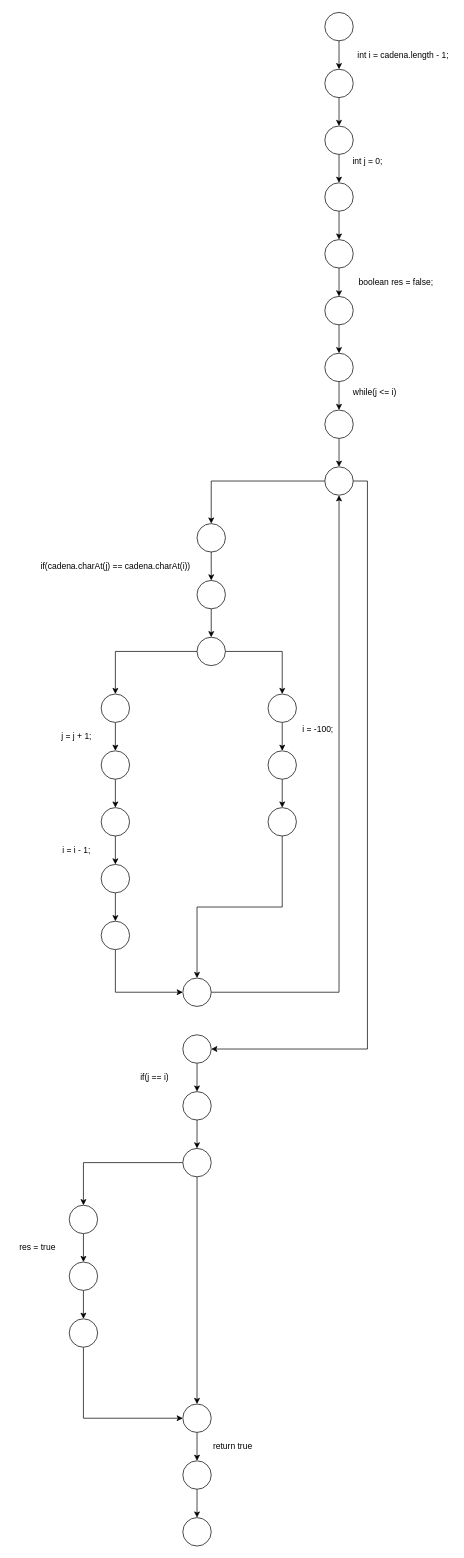
Luchit0-afk/Diagramas keeps this draw.io diagram as DiagramFlujoDeControl/funcionCapicua.drawio. Above is the earlier version. Source tidied: cells renumbered, new cells numbered last; positions are measured from the earlier drawing's top-left corner, leaving out a move shared by most shapes. Both pictures are drawn from the tidied source at 71%, with x=0, y=0 at pixel (12, 12).
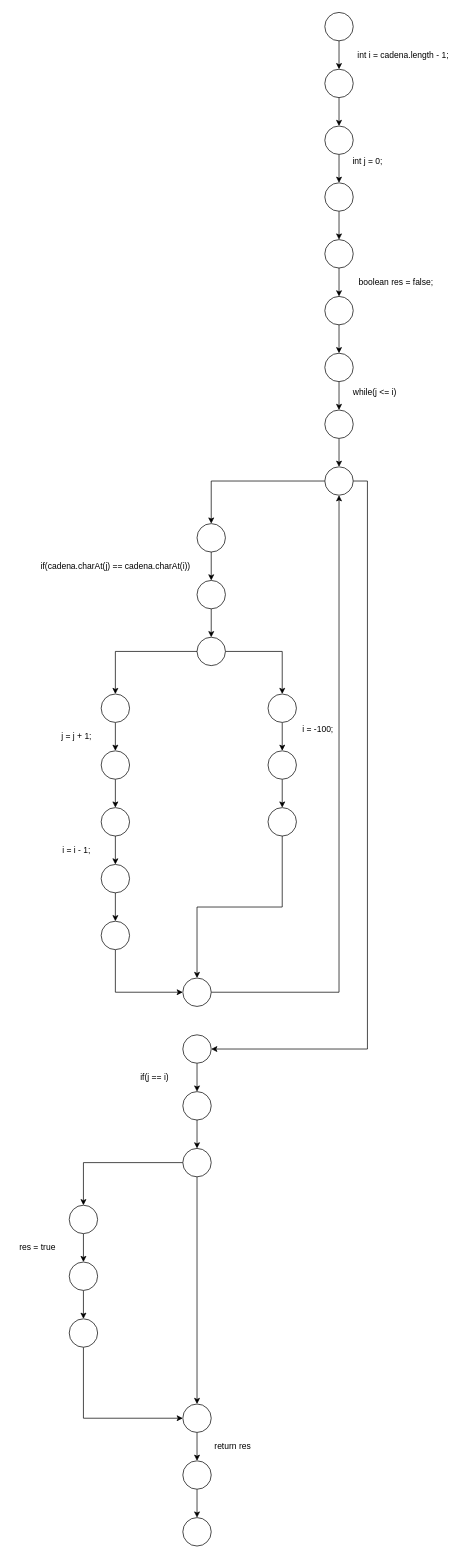
Above is the later version.

Diff of the diagram source:
```diff
@@
-    <mxCell id="74" value="return true" style="text;html=1;align=center;verticalAlign=middle;strokeColor=none;" parent="1" vertex="1">
+    <mxCell id="74" value="return res" style="text;html=1;align=center;verticalAlign=middle;strokeColor=none;" parent="1" vertex="1">
       <mxGeometry x="275" y="2010" width="70" height="20" as="geometry" />
     </mxCell>
```
